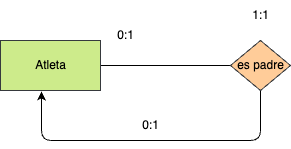
Before: Tareas/Unidad_2/tarea1/Ejercicio5.drawio.png, a diagram exported from draw.io (antonioinigo/base-datos). Source tidied: cells renumbered, new cells last; positions are measured from the earlier drawing's top-left corner, leaving out a move shared by most shapes. Source of this version:
```xml
<mxGraphModel>
  <root>
    <mxCell id="0" />
    <mxCell id="1" parent="0" />
    <mxCell id="2" style="html=1;entryX=0;entryY=0.5;entryDx=0;entryDy=0;fontColor=#000000;endArrow=none;endFill=0;" parent="1" edge="1" source="3" target="5">
      <mxGeometry relative="1" as="geometry" />
    </mxCell>
    <mxCell id="3" value="&lt;font color=&quot;#000000&quot;&gt;Atleta&lt;/font&gt;" style="html=1;dashed=0;whitespace=wrap;fillColor=#cdeb8b;strokeColor=#36393d;" parent="1" vertex="1">
      <mxGeometry y="40" width="100" height="50" as="geometry" />
    </mxCell>
    <mxCell id="4" style="edgeStyle=elbowEdgeStyle;html=1;elbow=vertical;entryX=0.41;entryY=1.02;entryDx=0;entryDy=0;entryPerimeter=0;" parent="1" edge="1" source="5" target="3">
      <mxGeometry relative="1" as="geometry">
        <Array as="points">
          <mxPoint x="150" y="140" />
        </Array>
      </mxGeometry>
    </mxCell>
    <mxCell id="5" value="&lt;font color=&quot;#000000&quot;&gt;es padre&lt;br&gt;&lt;/font&gt;" style="shape=rhombus;html=1;dashed=0;whitespace=wrap;perimeter=rhombusPerimeter;fillColor=#ffcc99;strokeColor=#36393d;" parent="1" vertex="1">
      <mxGeometry x="230" y="40" width="60" height="50" as="geometry" />
    </mxCell>
    <mxCell id="6" value="0:1" style="text;html=1;align=center;verticalAlign=middle;strokeColor=none;fillColor=none;fontColor=#000000;" parent="1" vertex="1">
      <mxGeometry x="105" y="20" width="40" height="30" as="geometry" />
    </mxCell>
    <mxCell id="7" value="0:1" style="text;html=1;align=center;verticalAlign=middle;strokeColor=none;fillColor=none;fontColor=#000000;" parent="1" vertex="1">
      <mxGeometry x="130" y="110" width="40" height="30" as="geometry" />
    </mxCell>
    <mxCell id="8" value="1:1" style="text;html=1;align=center;verticalAlign=middle;strokeColor=none;fillColor=none;fontColor=#000000;" parent="1" vertex="1">
      <mxGeometry x="240" width="40" height="30" as="geometry" />
    </mxCell>
  </root>
</mxGraphModel>
```
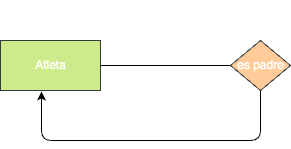
After the change.

The edit, as a diff of the source:
```diff
@@ -2,29 +2,29 @@
   <root>
     <mxCell id="0" />
     <mxCell id="1" parent="0" />
-    <mxCell id="2" style="html=1;entryX=0;entryY=0.5;entryDx=0;entryDy=0;fontColor=#000000;endArrow=none;endFill=0;" parent="1" edge="1" source="3" target="5">
+    <mxCell id="2" style="html=1;entryX=0;entryY=0.5;entryDx=0;entryDy=0;fontColor=#FFFFFF;endArrow=none;endFill=0;" parent="1" edge="1" source="3" target="5">
       <mxGeometry relative="1" as="geometry" />
     </mxCell>
-    <mxCell id="3" value="&lt;font color=&quot;#000000&quot;&gt;Atleta&lt;/font&gt;" style="html=1;dashed=0;whitespace=wrap;fillColor=#cdeb8b;strokeColor=#36393d;" parent="1" vertex="1">
+    <mxCell id="3" value="&lt;font&gt;Atleta&lt;/font&gt;" style="html=1;dashed=0;whitespace=wrap;fillColor=#cdeb8b;strokeColor=#36393d;fontColor=#FFFFFF;" parent="1" vertex="1">
       <mxGeometry y="40" width="100" height="50" as="geometry" />
     </mxCell>
-    <mxCell id="4" style="edgeStyle=elbowEdgeStyle;html=1;elbow=vertical;entryX=0.41;entryY=1.02;entryDx=0;entryDy=0;entryPerimeter=0;" parent="1" edge="1" source="5" target="3">
+    <mxCell id="4" style="edgeStyle=elbowEdgeStyle;html=1;elbow=vertical;entryX=0.41;entryY=1.02;entryDx=0;entryDy=0;entryPerimeter=0;fontColor=#FFFFFF;" parent="1" edge="1" source="5" target="3">
       <mxGeometry relative="1" as="geometry">
         <Array as="points">
           <mxPoint x="150" y="140" />
         </Array>
       </mxGeometry>
     </mxCell>
-    <mxCell id="5" value="&lt;font color=&quot;#000000&quot;&gt;es padre&lt;br&gt;&lt;/font&gt;" style="shape=rhombus;html=1;dashed=0;whitespace=wrap;perimeter=rhombusPerimeter;fillColor=#ffcc99;strokeColor=#36393d;" parent="1" vertex="1">
+    <mxCell id="5" value="&lt;font&gt;es padre&lt;br&gt;&lt;/font&gt;" style="shape=rhombus;html=1;dashed=0;whitespace=wrap;perimeter=rhombusPerimeter;fillColor=#ffcc99;strokeColor=#36393d;fontColor=#FFFFFF;" parent="1" vertex="1">
       <mxGeometry x="230" y="40" width="60" height="50" as="geometry" />
     </mxCell>
-    <mxCell id="6" value="0:1" style="text;html=1;align=center;verticalAlign=middle;strokeColor=none;fillColor=none;fontColor=#000000;" parent="1" vertex="1">
+    <mxCell id="6" value="0:1" style="text;html=1;align=center;verticalAlign=middle;strokeColor=none;fillColor=none;fontColor=#FFFFFF;" parent="1" vertex="1">
       <mxGeometry x="105" y="20" width="40" height="30" as="geometry" />
     </mxCell>
-    <mxCell id="7" value="0:1" style="text;html=1;align=center;verticalAlign=middle;strokeColor=none;fillColor=none;fontColor=#000000;" parent="1" vertex="1">
+    <mxCell id="7" value="0:1" style="text;html=1;align=center;verticalAlign=middle;strokeColor=none;fillColor=none;fontColor=#FFFFFF;" parent="1" vertex="1">
       <mxGeometry x="130" y="110" width="40" height="30" as="geometry" />
     </mxCell>
-    <mxCell id="8" value="1:1" style="text;html=1;align=center;verticalAlign=middle;strokeColor=none;fillColor=none;fontColor=#000000;" parent="1" vertex="1">
+    <mxCell id="8" value="1:1" style="text;html=1;align=center;verticalAlign=middle;strokeColor=none;fillColor=none;fontColor=#FFFFFF;" parent="1" vertex="1">
       <mxGeometry x="240" width="40" height="30" as="geometry" />
     </mxCell>
   </root>
```
